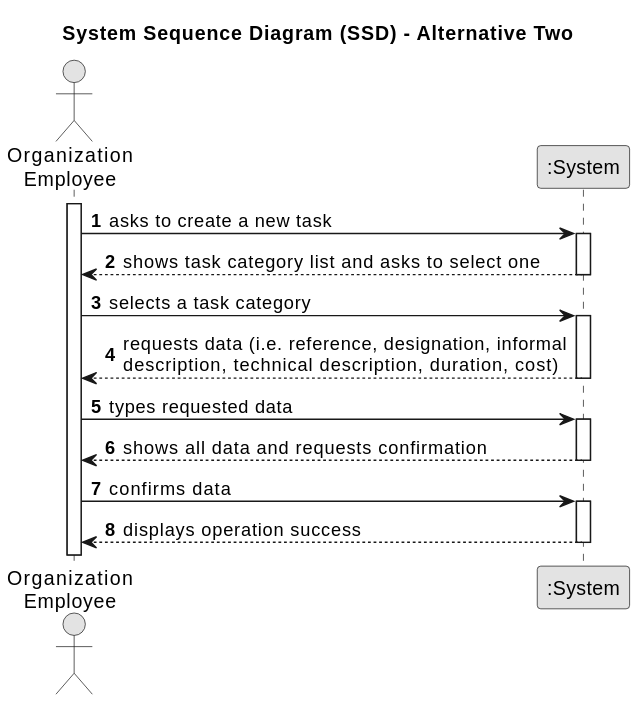
This is docs/sprintA/us004/01.requirements-engineering/svg/us004-system-sequence-diagram-alternative-two.svg from diogoveirospro/lei-24-s2-1dg-g072, a PlantUML export, as it was before one commit. Source of this version:
```plantuml
@startuml
skinparam monochrome true
skinparam packageStyle rectangle
skinparam shadowing false

title System Sequence Diagram (SSD) - Alternative Two

autonumber

actor "Organization\nEmployee" as Employee
participant ":System" as System

activate Employee

    Employee -> System : asks to create a new task
    activate System

        System --> Employee : shows task category list and asks to select one
    deactivate System

    Employee -> System : selects a task category
    activate System

        System --> Employee : requests data (i.e. reference, designation, informal\ndescription, technical description, duration, cost)
    deactivate System

    Employee -> System : types requested data
    activate System

        System --> Employee : shows all data and requests confirmation
    deactivate System

    Employee -> System : confirms data
    activate System

        System --> Employee : displays operation success
    deactivate System
@enduml
```
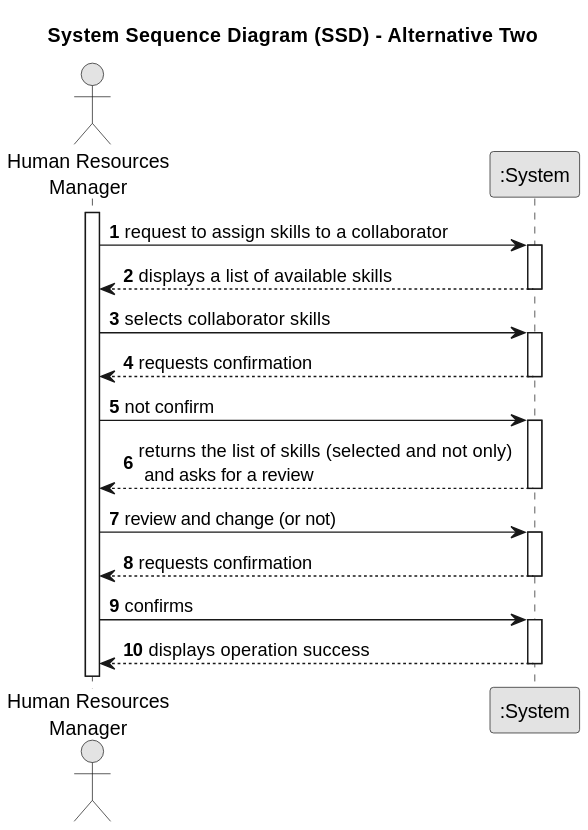
Above is the later version.

What changed in the source:
```diff
@@ -7,32 +7,39 @@
 
 autonumber
 
-actor "Organization\nEmployee" as Employee
+actor "Human Resources\nManager" as HRM
 participant ":System" as System
 
-activate Employee
+activate HRM
 
-    Employee -> System : asks to create a new task
+    HRM -> System : request to assign skills to a collaborator
     activate System
 
-        System --> Employee : shows task category list and asks to select one
+        System --> HRM : displays a list of available skills
     deactivate System
 
-    Employee -> System : selects a task category
+    HRM -> System : selects collaborator skills
     activate System
 
-        System --> Employee : requests data (i.e. reference, designation, informal\ndescription, technical description, duration, cost)
+        System --> HRM : requests confirmation
     deactivate System
 
-    Employee -> System : types requested data
+    HRM -> System : not confirm
     activate System
 
-        System --> Employee : shows all data and requests confirmation
+        System --> HRM : returns the list of skills (selected and not only) \n and asks for a review
     deactivate System
 
-    Employee -> System : confirms data
+    HRM -> System : review and change (or not)
     activate System
 
-        System --> Employee : displays operation success
+        System --> HRM : requests confirmation
     deactivate System
+
+    HRM -> System : confirms
+    activate System
+
+        System --> HRM : displays operation success
+    deactivate System
+
 @enduml
```
